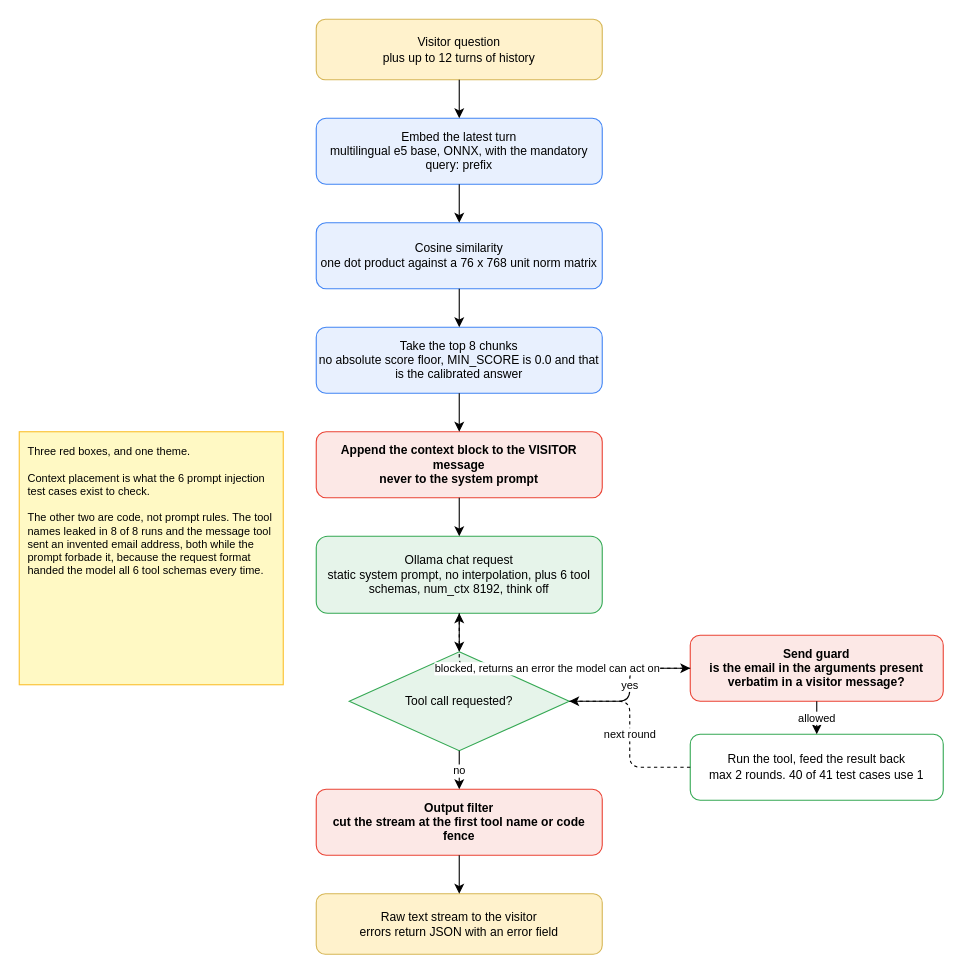
This is docs/diagrams/rag-flow.drawio from FirzaCank/rag-open-source-portfolio, a draw.io file, before an edit. Source tidied: cells renumbered, new cells numbered last; positions are measured from the earlier drawing's top-left corner, leaving out a move shared by most shapes. Both pictures are drawn from the tidied source at 110%, with x=0, y=0 at pixel (19, 19).
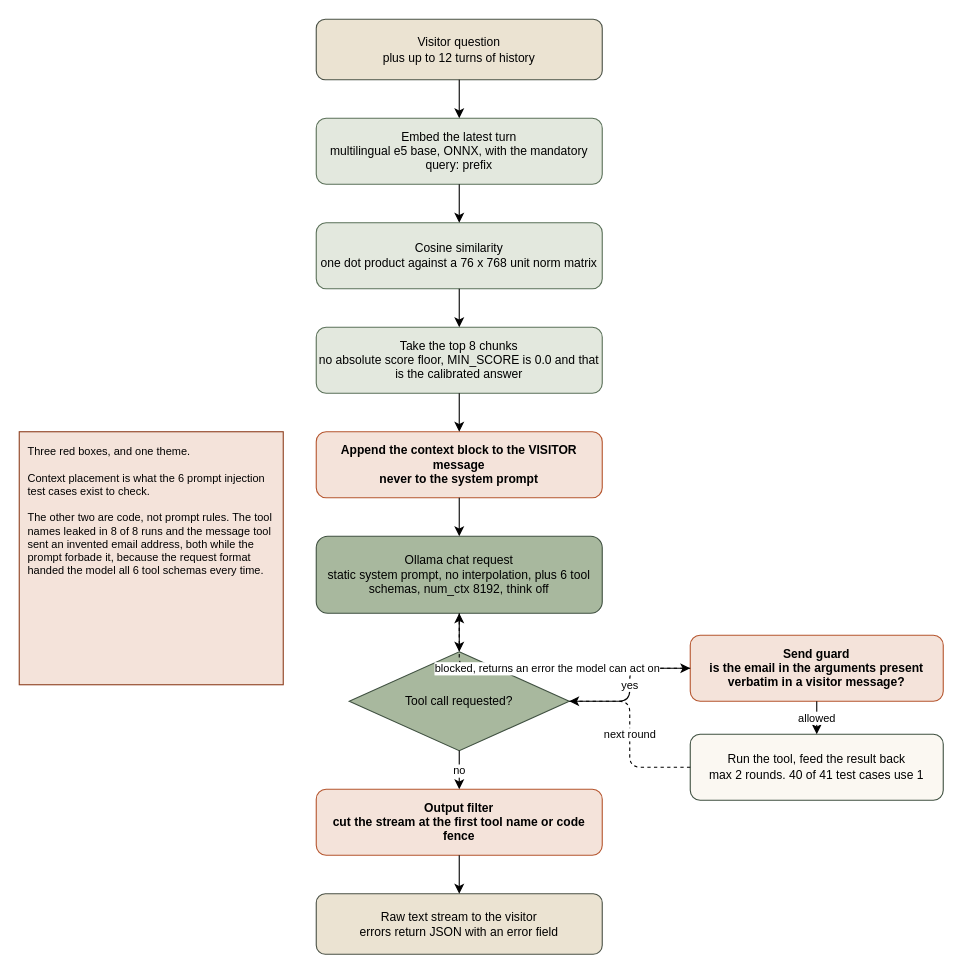
Above is the later version.

Commit message (it also covers changes not shown here):
Recolour the three diagrams to the site palette

Diff of the diagram source:
```diff
@@
-    <mxCell id="2" value="Visitor question&#10;plus up to 12 turns of history" style="rounded=1;whiteSpace=wrap;html=1;fillColor=#fff2cc;strokeColor=#d6b656;fontSize=11;" parent="1" vertex="1">
+    <mxCell id="2" value="Visitor question&#10;plus up to 12 turns of history" style="rounded=1;whiteSpace=wrap;html=1;fillColor=#EBE3D2;strokeColor=#4A5145;fontSize=11;" parent="1" vertex="1">
       <mxGeometry x="270" width="260" height="55" as="geometry" />
     </mxCell>
-    <mxCell id="3" value="Embed the latest turn&#10;multilingual e5 base, ONNX, with the mandatory query: prefix" style="rounded=1;whiteSpace=wrap;html=1;fillColor=#e8f0fe;strokeColor=#4285f4;fontSize=11;" parent="1" vertex="1">
+    <mxCell id="3" value="Embed the latest turn&#10;multilingual e5 base, ONNX, with the mandatory query: prefix" style="rounded=1;whiteSpace=wrap;html=1;fillColor=#E3E8DE;strokeColor=#5A7058;fontSize=11;" parent="1" vertex="1">
       <mxGeometry x="270" y="90" width="260" height="60" as="geometry" />
     </mxCell>
-    <mxCell id="4" value="Cosine similarity&#10;one dot product against a 76 x 768 unit norm matrix" style="rounded=1;whiteSpace=wrap;html=1;fillColor=#e8f0fe;strokeColor=#4285f4;fontSize=11;" parent="1" vertex="1">
+    <mxCell id="4" value="Cosine similarity&#10;one dot product against a 76 x 768 unit norm matrix" style="rounded=1;whiteSpace=wrap;html=1;fillColor=#E3E8DE;strokeColor=#5A7058;fontSize=11;" parent="1" vertex="1">
       <mxGeometry x="270" y="185" width="260" height="60" as="geometry" />
     </mxCell>
-    <mxCell id="5" value="Take the top 8 chunks&#10;no absolute score floor, MIN_SCORE is 0.0 and that is the calibrated answer" style="rounded=1;whiteSpace=wrap;html=1;fillColor=#e8f0fe;strokeColor=#4285f4;fontSize=11;" parent="1" vertex="1">
+    <mxCell id="5" value="Take the top 8 chunks&#10;no absolute score floor, MIN_SCORE is 0.0 and that is the calibrated answer" style="rounded=1;whiteSpace=wrap;html=1;fillColor=#E3E8DE;strokeColor=#5A7058;fontSize=11;" parent="1" vertex="1">
       <mxGeometry x="270" y="280" width="260" height="60" as="geometry" />
     </mxCell>
-    <mxCell id="6" value="Append the context block to the VISITOR message&#10;never to the system prompt" style="rounded=1;whiteSpace=wrap;html=1;fillColor=#fce8e6;strokeColor=#ea4335;fontSize=11;fontStyle=1;" parent="1" vertex="1">
+    <mxCell id="6" value="Append the context block to the VISITOR message&#10;never to the system prompt" style="rounded=1;whiteSpace=wrap;html=1;fillColor=#F4E3DA;strokeColor=#B5552E;fontSize=11;fontStyle=1;" parent="1" vertex="1">
       <mxGeometry x="270" y="375" width="260" height="60" as="geometry" />
     </mxCell>
-    <mxCell id="7" value="Ollama chat request&#10;static system prompt, no interpolation, plus 6 tool schemas, num_ctx 8192, think off" style="rounded=1;whiteSpace=wrap;html=1;fillColor=#e6f4ea;strokeColor=#34a853;fontSize=11;" parent="1" vertex="1">
+    <mxCell id="7" value="Ollama chat request&#10;static system prompt, no interpolation, plus 6 tool schemas, num_ctx 8192, think off" style="rounded=1;whiteSpace=wrap;html=1;fillColor=#A8B89E;strokeColor=#3F5040;fontSize=11;" parent="1" vertex="1">
       <mxGeometry x="270" y="470" width="260" height="70" as="geometry" />
     </mxCell>
-    <mxCell id="8" value="Tool call requested?" style="rhombus;whiteSpace=wrap;html=1;fillColor=#e6f4ea;strokeColor=#34a853;fontSize=11;" parent="1" vertex="1">
+    <mxCell id="8" value="Tool call requested?" style="rhombus;whiteSpace=wrap;html=1;fillColor=#A8B89E;strokeColor=#3F5040;fontSize=11;" parent="1" vertex="1">
       <mxGeometry x="300" y="575" width="200" height="90" as="geometry" />
     </mxCell>
-    <mxCell id="9" value="Send guard&#10;is the email in the arguments present verbatim in a visitor message?" style="rounded=1;whiteSpace=wrap;html=1;fillColor=#fce8e6;strokeColor=#ea4335;fontSize=11;fontStyle=1;" parent="1" vertex="1">
+    <mxCell id="9" value="Send guard&#10;is the email in the arguments present verbatim in a visitor message?" style="rounded=1;whiteSpace=wrap;html=1;fillColor=#F4E3DA;strokeColor=#B5552E;fontSize=11;fontStyle=1;" parent="1" vertex="1">
       <mxGeometry x="610" y="560" width="230" height="60" as="geometry" />
     </mxCell>
-    <mxCell id="10" value="Run the tool, feed the result back&#10;max 2 rounds. 40 of 41 test cases use 1" style="rounded=1;whiteSpace=wrap;html=1;fillColor=#ffffff;strokeColor=#34a853;fontSize=11;" parent="1" vertex="1">
+    <mxCell id="10" value="Run the tool, feed the result back&#10;max 2 rounds. 40 of 41 test cases use 1" style="rounded=1;whiteSpace=wrap;html=1;fillColor=#FBF8F2;strokeColor=#3F5040;fontSize=11;" parent="1" vertex="1">
       <mxGeometry x="610" y="650" width="230" height="60" as="geometry" />
     </mxCell>
-    <mxCell id="11" value="Output filter&#10;cut the stream at the first tool name or code fence" style="rounded=1;whiteSpace=wrap;html=1;fillColor=#fce8e6;strokeColor=#ea4335;fontSize=11;fontStyle=1;" parent="1" vertex="1">
+    <mxCell id="11" value="Output filter&#10;cut the stream at the first tool name or code fence" style="rounded=1;whiteSpace=wrap;html=1;fillColor=#F4E3DA;strokeColor=#B5552E;fontSize=11;fontStyle=1;" parent="1" vertex="1">
       <mxGeometry x="270" y="700" width="260" height="60" as="geometry" />
     </mxCell>
-    <mxCell id="12" value="Raw text stream to the visitor&#10;errors return JSON with an error field" style="rounded=1;whiteSpace=wrap;html=1;fillColor=#fff2cc;strokeColor=#d6b656;fontSize=11;" parent="1" vertex="1">
+    <mxCell id="12" value="Raw text stream to the visitor&#10;errors return JSON with an error field" style="rounded=1;whiteSpace=wrap;html=1;fillColor=#EBE3D2;strokeColor=#4A5145;fontSize=11;" parent="1" vertex="1">
       <mxGeometry x="270" y="795" width="260" height="55" as="geometry" />
     </mxCell>
-    <mxCell id="13" value="Three red boxes, and one theme.&#10;&#10;Context placement is what the 6 prompt injection test cases exist to check.&#10;&#10;The other two are code, not prompt rules. The tool names leaked in 8 of 8 runs and the message tool sent an invented email address, both while the prompt forbade it, because the request format handed the model all 6 tool schemas every time." style="rounded=0;whiteSpace=wrap;html=1;fillColor=#fff9c4;strokeColor=#fbc02d;align=left;verticalAlign=top;fontSize=10;spacing=8;" parent="1" vertex="1">
+    <mxCell id="13" value="Three red boxes, and one theme.&#10;&#10;Context placement is what the 6 prompt injection test cases exist to check.&#10;&#10;The other two are code, not prompt rules. The tool names leaked in 8 of 8 runs and the message tool sent an invented email address, both while the prompt forbade it, because the request format handed the model all 6 tool schemas every time." style="rounded=0;whiteSpace=wrap;html=1;fillColor=#F4E3DA;strokeColor=#8E3F1F;align=left;verticalAlign=top;fontSize=10;spacing=8;" parent="1" vertex="1">
       <mxGeometry y="375" width="240" height="230" as="geometry" />
     </mxCell>
```
